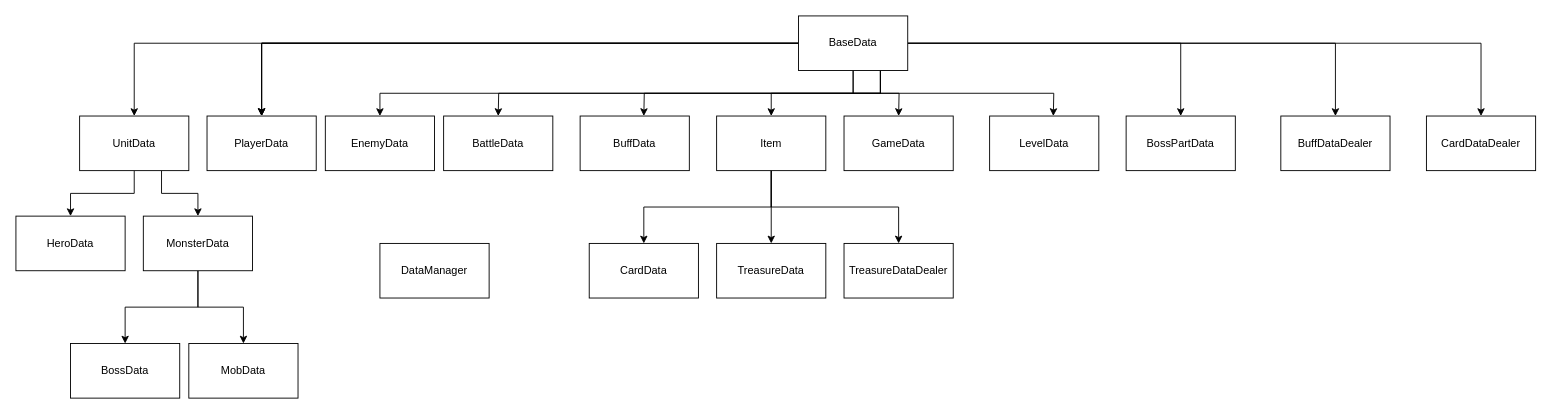
boyu0/boyu0 keeps this draw.io diagram as table/workflow/未命名绘图.drawio. Above is the earlier version. Source tidied: cells renumbered, new cells numbered last; positions are measured from the earlier drawing's top-left corner, leaving out a move shared by most shapes. Both pictures are drawn from the tidied source at 91%, with x=0, y=0 at pixel (15, 15).
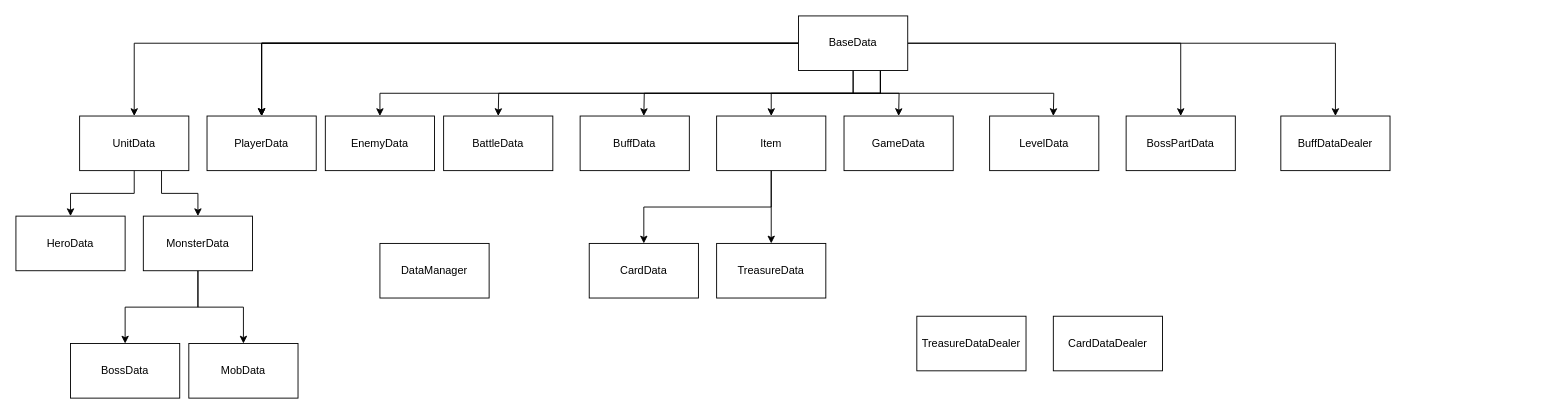
After the change.

Commit message:
更新未命名绘图.drawio

The change refers to these unchanged cells:
```xml
<mxCell id="15" value="BaseData" style="rounded=0;whiteSpace=wrap;html=1;" parent="1" vertex="1">
  <mxGeometry x="860" width="120" height="60" as="geometry" />
</mxCell>
<mxCell id="40" value="Item" style="rounded=0;whiteSpace=wrap;html=1;" parent="1" vertex="1">
  <mxGeometry x="770" y="110" width="120" height="60" as="geometry" />
</mxCell>
```

The edit, as a diff of the source:
```diff
@@
-    <mxCell id="14" style="edgeStyle=orthogonalEdgeStyle;rounded=0;jettySize=auto;html=1;exitX=1;exitY=0.5;exitDx=0;exitDy=0;entryX=0.5;entryY=0;entryDx=0;entryDy=0;" parent="1" edge="1" source="15" target="41">
-      <mxGeometry relative="1" as="geometry" />
-    </mxCell>
@@
     <mxCell id="36" value="TreasureDataDealer" style="rounded=0;whiteSpace=wrap;html=1;" parent="1" vertex="1">
-      <mxGeometry x="910" y="250" width="120" height="60" as="geometry" />
+      <mxGeometry x="990" y="330" width="120" height="60" as="geometry" />
     </mxCell>
@@
-    <mxCell id="38" style="edgeStyle=orthogonalEdgeStyle;rounded=0;jettySize=auto;html=1;exitX=0.5;exitY=1;exitDx=0;exitDy=0;" parent="1" edge="1" source="40" target="36">
-      <mxGeometry relative="1" as="geometry" />
-    </mxCell>
@@
     <mxCell id="41" value="CardDataDealer" style="rounded=0;whiteSpace=wrap;html=1;" parent="1" vertex="1">
-      <mxGeometry x="1550" y="110" width="120" height="60" as="geometry" />
+      <mxGeometry x="1140" y="330" width="120" height="60" as="geometry" />
     </mxCell>
```
